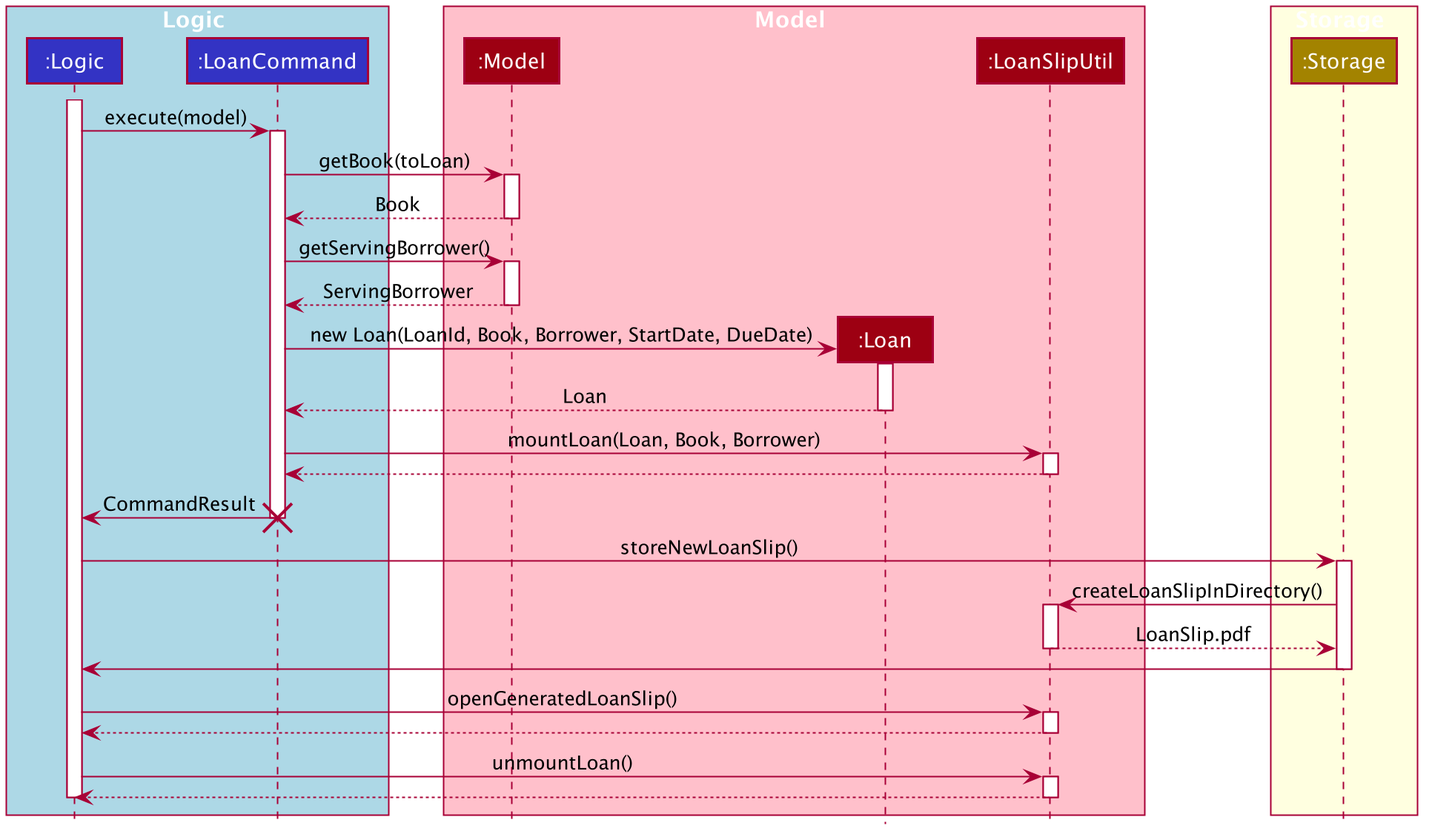
AY1920S1-CS2103T-F13-1/main keeps this PlantUML diagram as images/LoanSlipGeneration.png. Above is the earlier version.
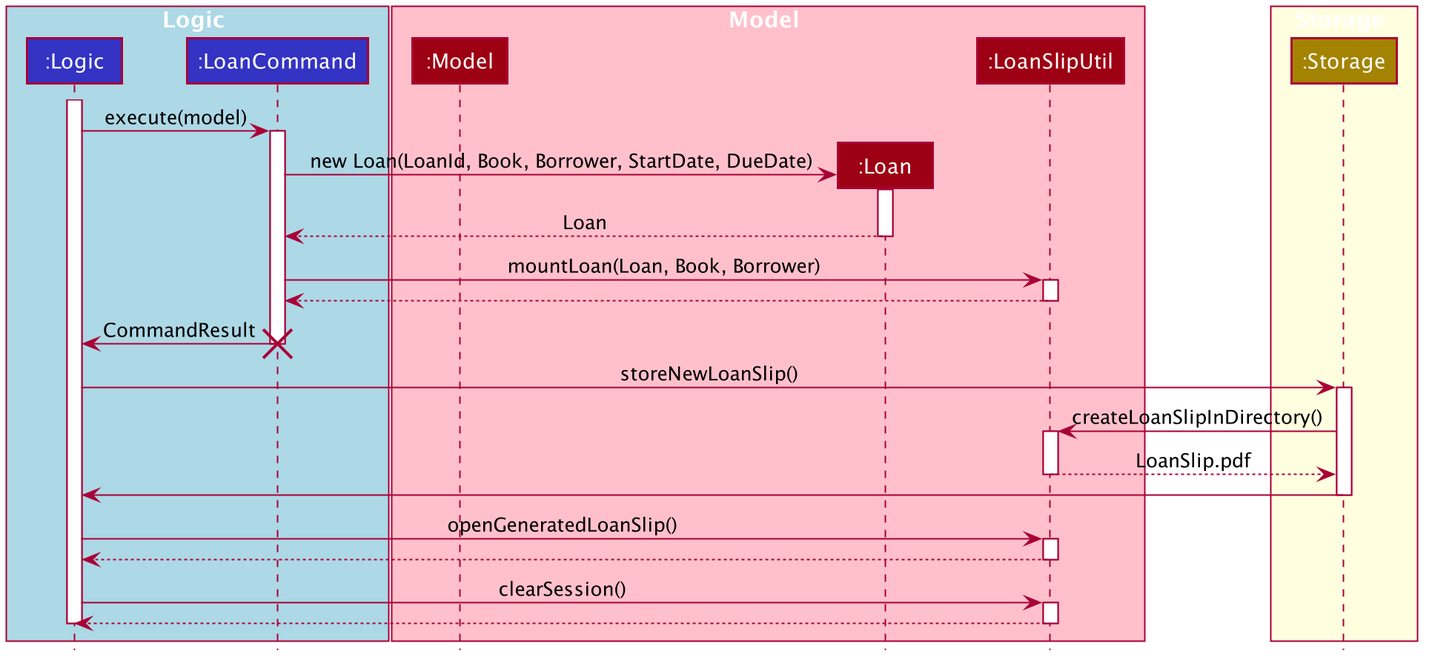
After the commit.

What changed in the source:
```diff
@@ -65,16 +65,6 @@
 Logic -> LoanCommand : execute(model)
 activate LoanCommand
 
-LoanCommand -> Model : getBook(toLoan)
-activate Model
-Model --> LoanCommand : Book
-deactivate Model
-
-LoanCommand -> Model : getServingBorrower()
-activate Model
-Model --> LoanCommand : ServingBorrower
-deactivate Model
-
 create Loan
 LoanCommand -> Loan : new Loan(LoanId, Book, Borrower, StartDate, DueDate)
 activate Loan
@@ -105,7 +95,7 @@
 LoanSlipUtil --> Logic
 deactivate LoanSlipUtil
 
-Logic -> LoanSlipUtil : unmountLoan()
+Logic -> LoanSlipUtil : clearSession()
 activate LoanSlipUtil
 LoanSlipUtil --> Logic
 deactivate LoanSlipUtil
```
